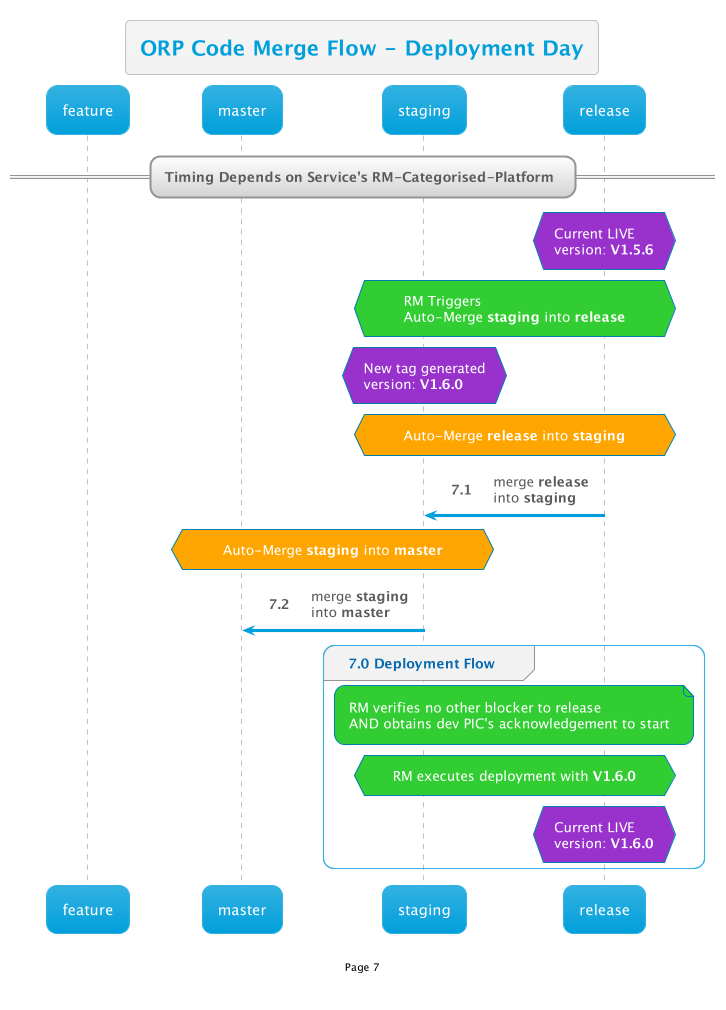
The PlantUML diagram out/RegularRelease/CodeMergeFlow/7/7.png in thetomitomo/diagrams, before a commit.
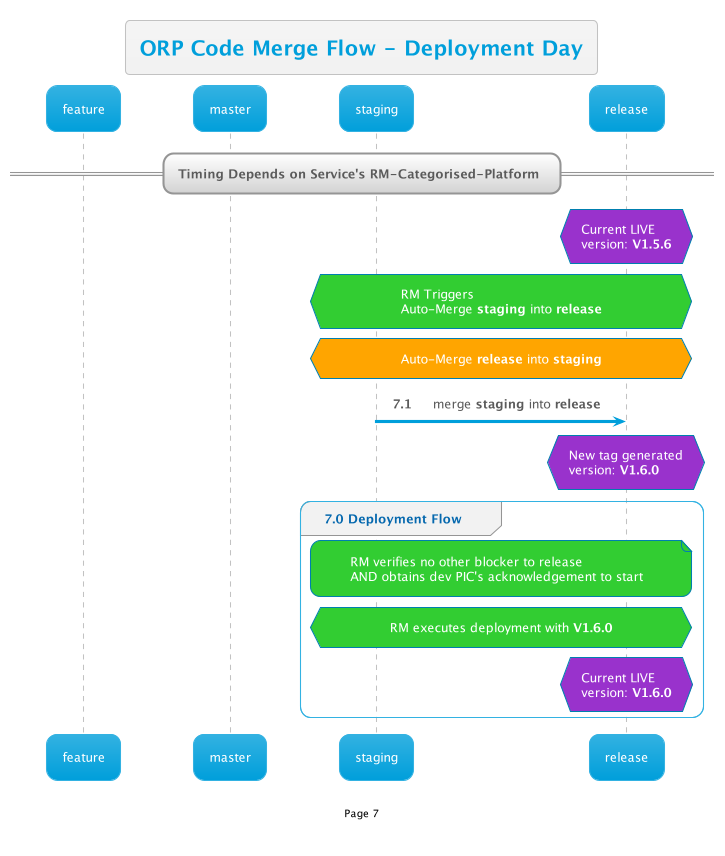
Above is the later version.

The edit, as a diff of the source:
```diff
@@ -7,14 +7,10 @@
 == Timing Depends on Service's RM-Categorised-Platform ==
 hnote over release #DarkOrchid: Current LIVE\nversion: **V1.5.6**
 hnote over staging,release #LimeGreen: RM Triggers\nAuto-Merge **staging** into **release**
-hnote over staging #DarkOrchid: New tag generated\nversion: **V1.6.0**
 
 hnote over release,staging #Orange:Auto-Merge **release** into **staging**
-$release_into_staging
-
-hnote over staging,master #Orange:Auto-Merge **staging** into **master**
-$staging_into_master
-
+$staging_into_release
+hnote over release #DarkOrchid: New tag generated\nversion: **V1.6.0**
 
 group 7.0 Deployment Flow
     note over staging,release #LimeGreen: RM verifies no other blocker to release\nAND obtains dev PIC's acknowledgement to start
```
